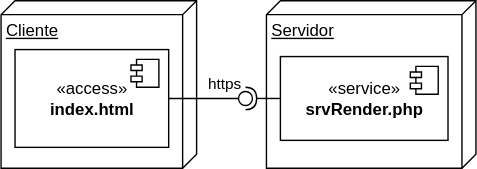
Earlier version of the draw.io export img/m12renderServidor/renserverdistribucion.drawio.svg (gilpgawoas/gilpgawoas.github.io). Source tidied: cells renumbered, new cells last; positions are measured from the earlier drawing's top-left corner, leaving out a move shared by most shapes.
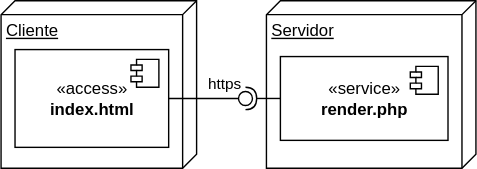
After the commit.

What changed in the source:
```diff
@@ -16,7 +16,7 @@
     <mxCell id="5" value="Servidor" style="verticalAlign=top;align=left;spacingTop=8;spacingLeft=2;spacingRight=12;shape=cube;size=10;direction=south;fontStyle=4;html=1;" parent="1" vertex="1">
       <mxGeometry x="190" width="150" height="120" as="geometry" />
     </mxCell>
-    <mxCell id="6" value="«service»&lt;br&gt;&lt;b&gt;srvRender.php&lt;/b&gt;" style="html=1;" parent="1" vertex="1">
+    <mxCell id="6" value="«service»&lt;br&gt;&lt;b&gt;render.php&lt;/b&gt;" style="html=1;" parent="1" vertex="1">
       <mxGeometry x="200" y="40" width="120" height="60" as="geometry" />
     </mxCell>
     <mxCell id="7" style="shape=module;jettyWidth=8;jettyHeight=4;" parent="6" vertex="1">
```
